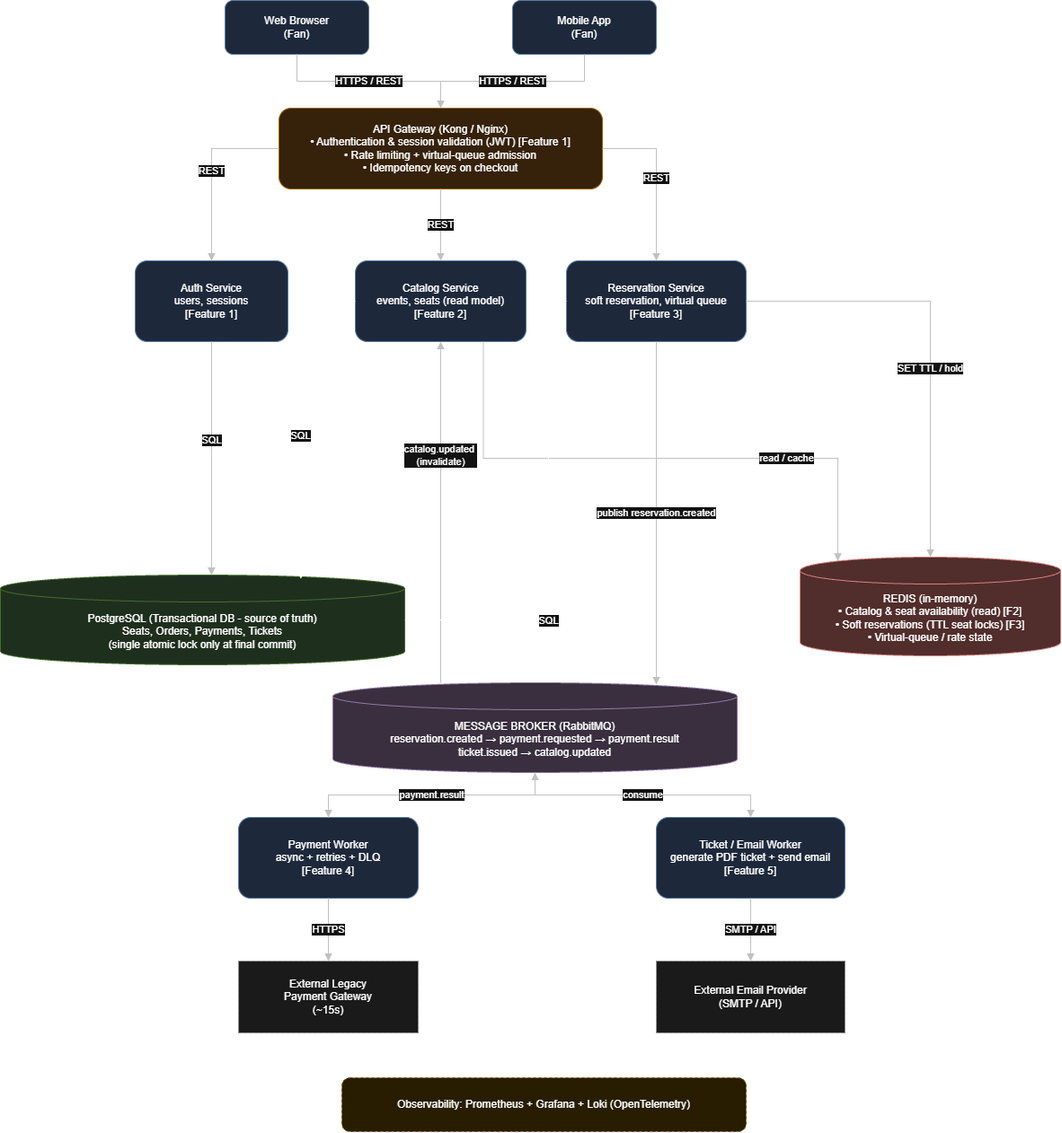
The draw.io diagram docs/assets/c4-level2.drawio.png in DarkViper-128/ARQ2-2026-TS-001, before a commit. Source tidied: cells renumbered, new cells last; positions are measured from the earlier drawing's top-left corner, leaving out a move shared by most shapes. Source of this version:
```xml
<mxGraphModel>
  <root>
    <mxCell id="0" />
    <mxCell id="1" parent="0" />
    <mxCell id="2" value="Web Browser&#10;(Fan)" style="rounded=1;whiteSpace=wrap;html=1;fillColor=#dae8fc;strokeColor=#6c8ebf;verticalAlign=middle;" parent="1" vertex="1">
      <mxGeometry x="250" width="160" height="60" as="geometry" />
    </mxCell>
    <mxCell id="3" value="Mobile App&#10;(Fan)" style="rounded=1;whiteSpace=wrap;html=1;fillColor=#dae8fc;strokeColor=#6c8ebf;verticalAlign=middle;" parent="1" vertex="1">
      <mxGeometry x="570" width="160" height="60" as="geometry" />
    </mxCell>
    <mxCell id="4" value="API Gateway (Kong / Nginx)&#10;• Authentication &amp; session validation (JWT) [Feature 1]&#10;• Rate limiting + virtual-queue admission&#10;• Idempotency keys on checkout" style="rounded=1;whiteSpace=wrap;html=1;fillColor=#ffe6cc;strokeColor=#d79b00;verticalAlign=middle;align=center;" parent="1" vertex="1">
      <mxGeometry x="310" y="120" width="360" height="90" as="geometry" />
    </mxCell>
    <mxCell id="5" value="Auth Service&#10;users, sessions&#10;[Feature 1]" style="rounded=1;whiteSpace=wrap;html=1;fillColor=#dae8fc;strokeColor=#6c8ebf;verticalAlign=middle;" parent="1" vertex="1">
      <mxGeometry x="150" y="290" width="170" height="90" as="geometry" />
    </mxCell>
    <mxCell id="6" value="Catalog Service&#10;events, seats (read model)&#10;[Feature 2]" style="rounded=1;whiteSpace=wrap;html=1;fillColor=#dae8fc;strokeColor=#6c8ebf;verticalAlign=middle;" parent="1" vertex="1">
      <mxGeometry x="395" y="290" width="190" height="90" as="geometry" />
    </mxCell>
    <mxCell id="7" value="Reservation Service&#10;soft reservation, virtual queue&#10;[Feature 3]" style="rounded=1;whiteSpace=wrap;html=1;fillColor=#dae8fc;strokeColor=#6c8ebf;verticalAlign=middle;" parent="1" vertex="1">
      <mxGeometry x="630" y="290" width="200" height="90" as="geometry" />
    </mxCell>
    <mxCell id="8" value="REDIS (in-memory)&#10;• Catalog &amp; seat availability (read) [F2]&#10;• Soft reservations (TTL seat locks) [F3]&#10;• Virtual-queue / rate state" style="shape=cylinder3;boundedLbl=1;backgroundOutline=1;whiteSpace=wrap;html=1;fillColor=#f8cecc;strokeColor=#b85450;verticalAlign=middle;" parent="1" vertex="1">
      <mxGeometry x="890" y="620" width="290" height="110" as="geometry" />
    </mxCell>
    <mxCell id="9" value="PostgreSQL (Transactional DB - source of truth)&#10;Seats, Orders, Payments, Tickets&#10;(single atomic lock only at final commit)" style="shape=cylinder3;boundedLbl=1;backgroundOutline=1;whiteSpace=wrap;html=1;fillColor=#d5e8d4;strokeColor=#82b366;verticalAlign=middle;" parent="1" vertex="1">
      <mxGeometry y="640" width="450" height="100" as="geometry" />
    </mxCell>
    <mxCell id="10" value="MESSAGE BROKER (RabbitMQ)&#10;reservation.created → payment.requested → payment.result&#10;ticket.issued → catalog.updated" style="shape=cylinder3;boundedLbl=1;backgroundOutline=1;whiteSpace=wrap;html=1;fillColor=#e1d5e7;strokeColor=#9673a6;verticalAlign=middle;" parent="1" vertex="1">
      <mxGeometry x="370" y="760" width="450" height="100" as="geometry" />
    </mxCell>
    <mxCell id="11" value="Payment Worker&#10;async + retries + DLQ&#10;[Feature 4]" style="rounded=1;whiteSpace=wrap;html=1;fillColor=#dae8fc;strokeColor=#6c8ebf;verticalAlign=middle;" parent="1" vertex="1">
      <mxGeometry x="265" y="910" width="200" height="90" as="geometry" />
    </mxCell>
    <mxCell id="12" value="Ticket / Email Worker&#10;generate PDF ticket + send email&#10;[Feature 5]" style="rounded=1;whiteSpace=wrap;html=1;fillColor=#dae8fc;strokeColor=#6c8ebf;verticalAlign=middle;" parent="1" vertex="1">
      <mxGeometry x="730" y="910" width="210" height="90" as="geometry" />
    </mxCell>
    <mxCell id="13" value="External Legacy&#10;Payment Gateway&#10;(~15s)" style="rounded=0;whiteSpace=wrap;html=1;dashed=1;fillColor=#f5f5f5;strokeColor=#666666;verticalAlign=middle;" parent="1" vertex="1">
      <mxGeometry x="265" y="1070" width="200" height="80" as="geometry" />
    </mxCell>
    <mxCell id="14" value="External Email Provider&#10;(SMTP / API)" style="rounded=0;whiteSpace=wrap;html=1;dashed=1;fillColor=#f5f5f5;strokeColor=#666666;verticalAlign=middle;" parent="1" vertex="1">
      <mxGeometry x="730" y="1070" width="210" height="80" as="geometry" />
    </mxCell>
    <mxCell id="15" value="Observability: Prometheus + Grafana + Loki (OpenTelemetry)" style="rounded=1;whiteSpace=wrap;html=1;dashed=1;fillColor=#fff2cc;strokeColor=#d6b656;verticalAlign=middle;" parent="1" vertex="1">
      <mxGeometry x="380" y="1200" width="450" height="60" as="geometry" />
    </mxCell>
    <mxCell id="16" value="HTTPS / REST" style="edgeStyle=orthogonalEdgeStyle;rounded=0;html=1;endArrow=block;strokeColor=#333333;" parent="1" edge="1" source="2" target="4">
      <mxGeometry relative="1" as="geometry" />
    </mxCell>
    <mxCell id="17" value="HTTPS / REST" style="edgeStyle=orthogonalEdgeStyle;rounded=0;html=1;endArrow=block;strokeColor=#333333;" parent="1" edge="1" source="3" target="4">
      <mxGeometry relative="1" as="geometry" />
    </mxCell>
    <mxCell id="18" value="REST" style="edgeStyle=orthogonalEdgeStyle;rounded=0;html=1;endArrow=block;strokeColor=#333333;" parent="1" edge="1" source="4" target="5">
      <mxGeometry relative="1" as="geometry">
        <Array as="points">
          <mxPoint x="235" y="165" />
        </Array>
      </mxGeometry>
    </mxCell>
    <mxCell id="19" value="REST" style="edgeStyle=orthogonalEdgeStyle;rounded=0;html=1;endArrow=block;strokeColor=#333333;" parent="1" edge="1" source="4" target="6">
      <mxGeometry x="0.01" relative="1" as="geometry" />
    </mxCell>
    <mxCell id="20" value="REST" style="edgeStyle=orthogonalEdgeStyle;rounded=0;html=1;endArrow=block;strokeColor=#333333;" parent="1" edge="1" source="4" target="7">
      <mxGeometry relative="1" as="geometry">
        <Array as="points">
          <mxPoint x="730" y="165" />
        </Array>
      </mxGeometry>
    </mxCell>
    <mxCell id="21" value="read / cache" style="edgeStyle=orthogonalEdgeStyle;rounded=0;html=1;endArrow=block;strokeColor=#333333;exitX=0.75;exitY=1;exitDx=0;exitDy=0;entryX=0.145;entryY=0;entryDx=0;entryDy=4.35;entryPerimeter=0;" parent="1" edge="1" source="6" target="8">
      <mxGeometry x="0.46" relative="1" as="geometry">
        <Array as="points">
          <mxPoint x="538" y="510" />
          <mxPoint x="932" y="510" />
        </Array>
      </mxGeometry>
    </mxCell>
    <mxCell id="22" value="SET TTL / hold" style="edgeStyle=orthogonalEdgeStyle;rounded=0;html=1;endArrow=block;strokeColor=#333333;exitX=1;exitY=0.5;exitDx=0;exitDy=0;entryX=0.5;entryY=0;entryDx=0;entryDy=0;entryPerimeter=0;" parent="1" edge="1" source="7" target="8">
      <mxGeometry x="0.14" relative="1" as="geometry" />
    </mxCell>
    <mxCell id="23" value="SQL" style="edgeStyle=orthogonalEdgeStyle;rounded=0;html=1;endArrow=block;strokeColor=#333333;exitX=0.5;exitY=1;exitDx=0;exitDy=0;entryX=0.522;entryY=0;entryDx=0;entryDy=0;entryPerimeter=0;" parent="1" edge="1" source="5" target="9">
      <mxGeometry x="-0.16" relative="1" as="geometry" />
    </mxCell>
    <mxCell id="24" value="publish reservation.created" style="edgeStyle=orthogonalEdgeStyle;rounded=0;html=1;endArrow=block;strokeColor=#333333;exitX=0.5;exitY=1;exitDx=0;exitDy=0;" parent="1" edge="1" source="7">
      <mxGeometry relative="1" as="geometry">
        <mxPoint x="730" y="762" as="targetPoint" />
      </mxGeometry>
    </mxCell>
    <mxCell id="25" value="consume" style="edgeStyle=orthogonalEdgeStyle;rounded=0;html=1;endArrow=block;strokeColor=#333333;" parent="1" edge="1" source="10" target="11">
      <mxGeometry relative="1" as="geometry" />
    </mxCell>
    <mxCell id="26" value="consume" style="edgeStyle=orthogonalEdgeStyle;rounded=0;html=1;endArrow=block;strokeColor=#333333;" parent="1" edge="1" source="10" target="12">
      <mxGeometry relative="1" as="geometry" />
    </mxCell>
    <mxCell id="27" value="HTTPS" style="edgeStyle=orthogonalEdgeStyle;rounded=0;html=1;endArrow=block;strokeColor=#333333;" parent="1" edge="1" source="11" target="13">
      <mxGeometry relative="1" as="geometry" />
    </mxCell>
    <mxCell id="28" value="SMTP / API" style="edgeStyle=orthogonalEdgeStyle;rounded=0;html=1;endArrow=block;strokeColor=#333333;" parent="1" edge="1" source="12" target="14">
      <mxGeometry relative="1" as="geometry" />
    </mxCell>
    <mxCell id="29" value="payment.result" style="edgeStyle=orthogonalEdgeStyle;rounded=0;html=1;endArrow=block;strokeColor=#333333;" parent="1" edge="1" source="11" target="10">
      <mxGeometry relative="1" as="geometry" />
    </mxCell>
    <mxCell id="30" value="catalog.updated&amp;nbsp;&lt;div&gt;(invalidate)&lt;/div&gt;" style="edgeStyle=orthogonalEdgeStyle;rounded=0;html=1;endArrow=block;strokeColor=#333333;entryX=0.5;entryY=1;entryDx=0;entryDy=0;" parent="1" edge="1" source="10" target="6">
      <mxGeometry x="0.33" relative="1" as="geometry">
        <Array as="points">
          <mxPoint x="490" y="600" />
          <mxPoint x="490" y="600" />
        </Array>
      </mxGeometry>
    </mxCell>
    <mxCell id="31" style="edgeStyle=orthogonalEdgeStyle;rounded=0;jettySize=auto;html=1;exitX=0;exitY=0.5;exitDx=0;exitDy=0;entryX=0.743;entryY=0.045;entryDx=0;entryDy=0;entryPerimeter=0;" parent="1" edge="1" source="6" target="9">
      <mxGeometry relative="1" as="geometry" />
    </mxCell>
    <mxCell id="32" value="SQL" style="edgeLabel;html=1;align=center;verticalAlign=middle;" parent="31" vertex="1">
      <mxGeometry x="0.14" y="-1" relative="1" as="geometry" />
    </mxCell>
    <mxCell id="33" style="edgeStyle=orthogonalEdgeStyle;rounded=0;jettySize=auto;html=1;exitX=0;exitY=0.5;exitDx=0;exitDy=0;entryX=1;entryY=0.5;entryDx=0;entryDy=0;entryPerimeter=0;" parent="1" edge="1" source="7" target="9">
      <mxGeometry x="-0.01" relative="1" as="geometry">
        <Array as="points">
          <mxPoint x="610" y="335" />
          <mxPoint x="610" y="690" />
        </Array>
      </mxGeometry>
    </mxCell>
    <mxCell id="34" value="SQL" style="edgeLabel;html=1;align=center;verticalAlign=middle;" parent="33" vertex="1">
      <mxGeometry x="0.4" y="3" relative="1" as="geometry">
        <mxPoint y="-3" as="offset" />
      </mxGeometry>
    </mxCell>
  </root>
</mxGraphModel>
```
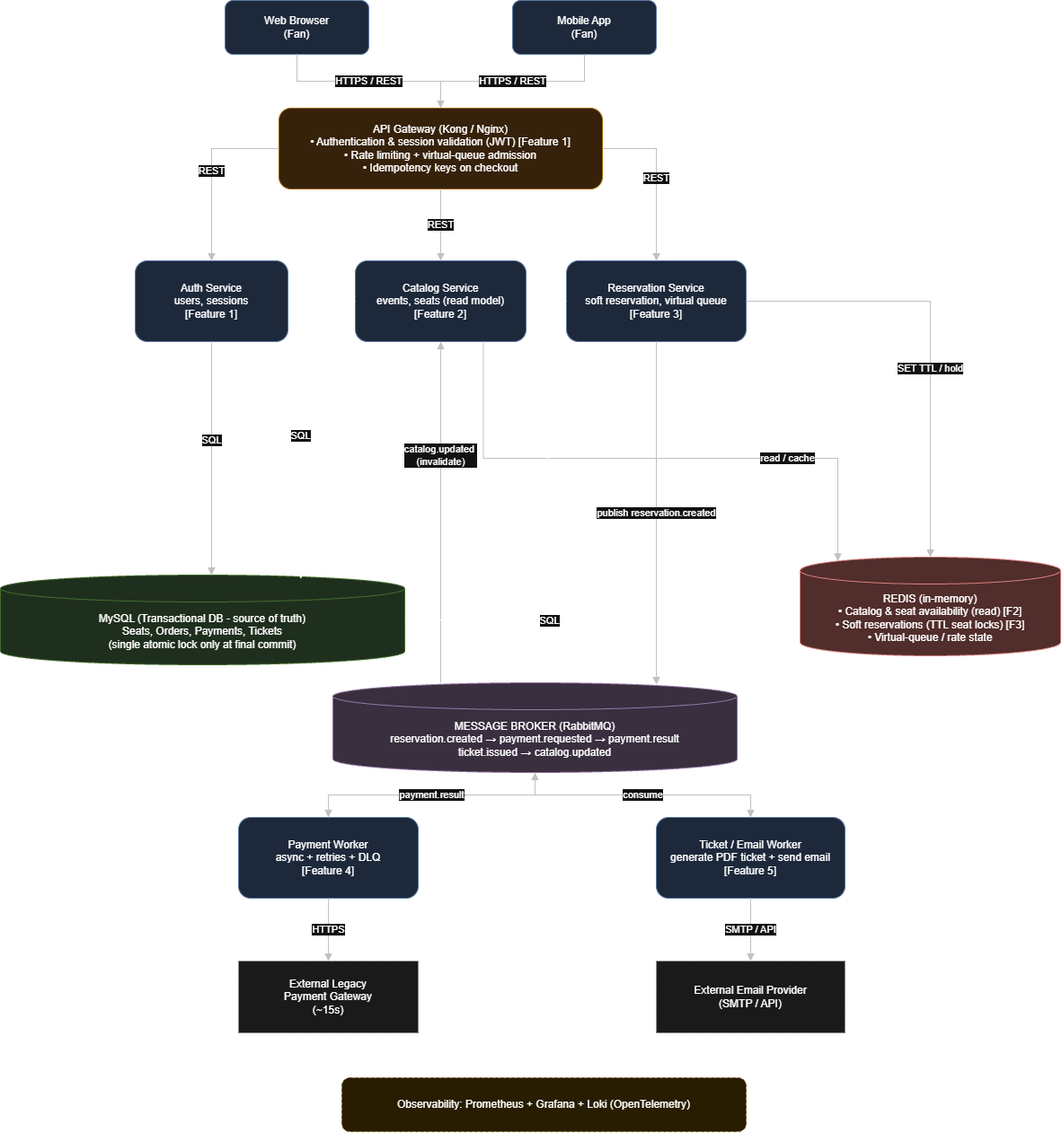
Later version of the same file.

Commit message:
hotfix: updste description database

Diff of the diagram source:
```diff
@@ -23,7 +23,7 @@
     <mxCell id="8" value="REDIS (in-memory)&#10;• Catalog &amp; seat availability (read) [F2]&#10;• Soft reservations (TTL seat locks) [F3]&#10;• Virtual-queue / rate state" style="shape=cylinder3;boundedLbl=1;backgroundOutline=1;whiteSpace=wrap;html=1;fillColor=#f8cecc;strokeColor=#b85450;verticalAlign=middle;" parent="1" vertex="1">
       <mxGeometry x="890" y="620" width="290" height="110" as="geometry" />
     </mxCell>
-    <mxCell id="9" value="PostgreSQL (Transactional DB - source of truth)&#10;Seats, Orders, Payments, Tickets&#10;(single atomic lock only at final commit)" style="shape=cylinder3;boundedLbl=1;backgroundOutline=1;whiteSpace=wrap;html=1;fillColor=#d5e8d4;strokeColor=#82b366;verticalAlign=middle;" parent="1" vertex="1">
+    <mxCell id="9" value="MySQL (Transactional DB - source of truth)&lt;br&gt;Seats, Orders, Payments, Tickets&lt;br&gt;(single atomic lock only at final commit)" style="shape=cylinder3;boundedLbl=1;backgroundOutline=1;whiteSpace=wrap;html=1;fillColor=#d5e8d4;strokeColor=#82b366;verticalAlign=middle;" parent="1" vertex="1">
       <mxGeometry y="640" width="450" height="100" as="geometry" />
     </mxCell>
     <mxCell id="10" value="MESSAGE BROKER (RabbitMQ)&#10;reservation.created → payment.requested → payment.result&#10;ticket.issued → catalog.updated" style="shape=cylinder3;boundedLbl=1;backgroundOutline=1;whiteSpace=wrap;html=1;fillColor=#e1d5e7;strokeColor=#9673a6;verticalAlign=middle;" parent="1" vertex="1">
```
